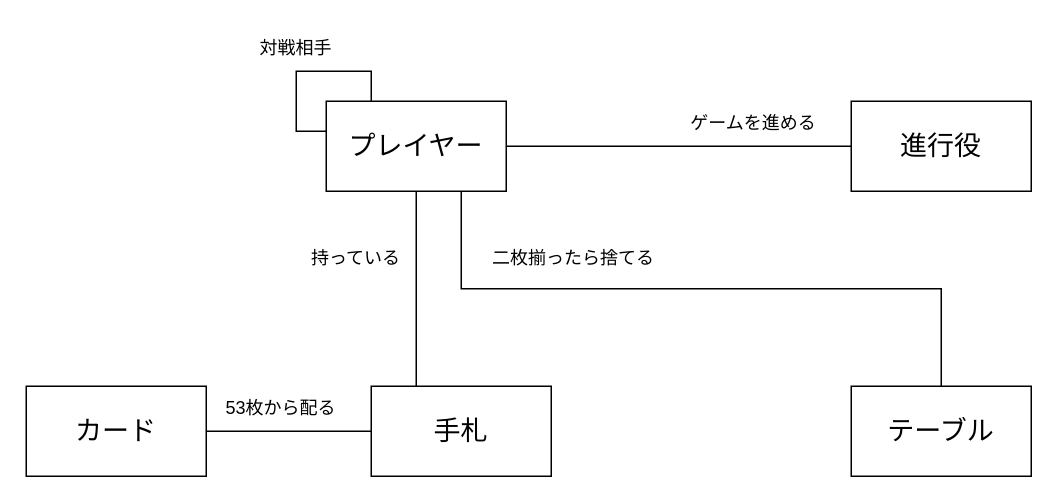
ucsaeki/naze_java keeps this draw.io diagram as src/Work6/Work6-3.drawio. Above is the earlier version. Source tidied: cells renumbered, new cells numbered last; positions are measured from the earlier drawing's top-left corner, leaving out a move shared by most shapes. Both pictures are drawn from the tidied source at 150%, with x=0, y=0 at pixel (26, 26).
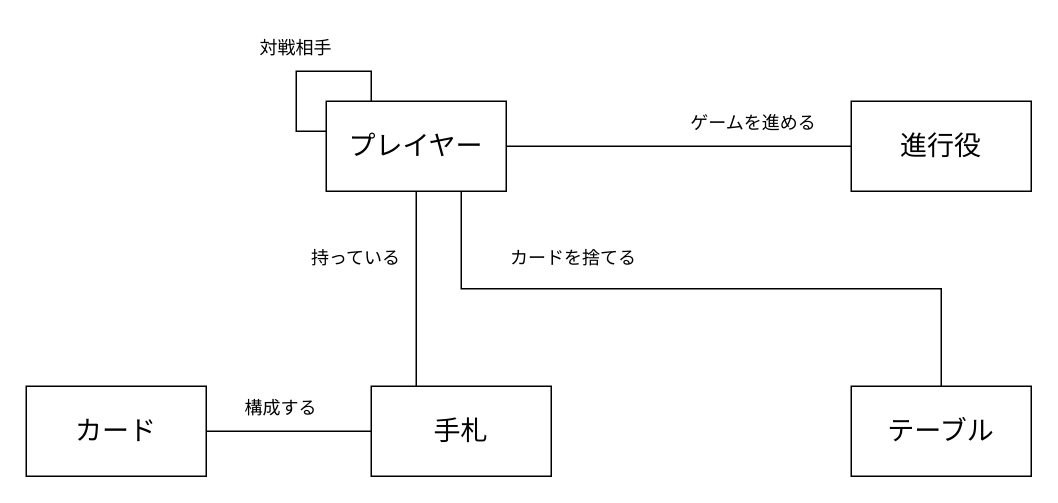
The same diagram, later.

Diff of the diagram source:
```diff
@@
 <mxGraphModel>
   <root>
     <mxCell id="0" />
     <mxCell id="1" parent="0" />
     <mxCell id="2" style="edgeStyle=orthogonalEdgeStyle;rounded=0;jettySize=auto;html=1;exitX=1;exitY=0.5;exitDx=0;exitDy=0;entryX=0;entryY=0.5;entryDx=0;entryDy=0;endArrow=none;endFill=0;" parent="1" edge="1" source="6" target="8">
       <mxGeometry relative="1" as="geometry" />
     </mxCell>
     <mxCell id="3" style="edgeStyle=orthogonalEdgeStyle;rounded=0;jettySize=auto;html=1;exitX=0.75;exitY=1;exitDx=0;exitDy=0;endArrow=none;endFill=0;" parent="1" edge="1" source="6" target="7">
       <mxGeometry relative="1" as="geometry" />
     </mxCell>
     <mxCell id="4" style="edgeStyle=orthogonalEdgeStyle;rounded=0;jettySize=auto;html=1;exitX=0.5;exitY=1;exitDx=0;exitDy=0;entryX=0.25;entryY=0;entryDx=0;entryDy=0;endArrow=none;endFill=0;" parent="1" edge="1" source="6" target="11">
       <mxGeometry relative="1" as="geometry" />
     </mxCell>
     <mxCell id="5" style="edgeStyle=orthogonalEdgeStyle;rounded=0;jettySize=auto;html=1;exitX=0.25;exitY=0;exitDx=0;exitDy=0;endArrow=none;endFill=0;" parent="1" edge="1" source="6">
       <mxGeometry relative="1" as="geometry">
         <mxPoint x="180" y="70" as="targetPoint" />
       </mxGeometry>
     </mxCell>
     <mxCell id="6" value="&lt;font style=&quot;font-size: 18px;&quot;&gt;プレイヤー&lt;/font&gt;" style="rounded=0;whiteSpace=wrap;html=1;" parent="1" vertex="1">
       <mxGeometry x="200" y="50" width="120" height="60" as="geometry" />
     </mxCell>
     <mxCell id="7" value="&lt;font style=&quot;font-size: 18px;&quot;&gt;テーブル&lt;/font&gt;" style="rounded=0;whiteSpace=wrap;html=1;" parent="1" vertex="1">
       <mxGeometry x="550" y="240" width="120" height="60" as="geometry" />
     </mxCell>
     <mxCell id="8" value="&lt;font style=&quot;font-size: 18px;&quot;&gt;進行役&lt;/font&gt;" style="rounded=0;whiteSpace=wrap;html=1;" parent="1" vertex="1">
       <mxGeometry x="550" y="50" width="120" height="60" as="geometry" />
     </mxCell>
     <mxCell id="9" style="edgeStyle=orthogonalEdgeStyle;rounded=0;jettySize=auto;html=1;exitX=1;exitY=0.5;exitDx=0;exitDy=0;endArrow=none;endFill=0;" parent="1" edge="1" source="10" target="11">
       <mxGeometry relative="1" as="geometry" />
     </mxCell>
     <mxCell id="10" value="&lt;font style=&quot;font-size: 18px;&quot;&gt;カード&lt;/font&gt;" style="rounded=0;whiteSpace=wrap;html=1;" parent="1" vertex="1">
       <mxGeometry y="240" width="120" height="60" as="geometry" />
     </mxCell>
     <mxCell id="11" value="&lt;font style=&quot;font-size: 18px;&quot;&gt;手札&lt;/font&gt;" style="rounded=0;whiteSpace=wrap;html=1;" parent="1" vertex="1">
       <mxGeometry x="230" y="240" width="120" height="60" as="geometry" />
     </mxCell>
     <mxCell id="12" value="ゲームを進める" style="text;html=1;align=center;verticalAlign=middle;whiteSpace=wrap;rounded=0;" parent="1" vertex="1">
       <mxGeometry x="430" y="50" width="110" height="30" as="geometry" />
     </mxCell>
     <mxCell id="13" value="持っている" style="text;html=1;align=center;verticalAlign=middle;whiteSpace=wrap;rounded=0;" parent="1" vertex="1">
       <mxGeometry x="180" y="140" width="80" height="30" as="geometry" />
     </mxCell>
-    <mxCell id="14" value="53枚から配る" style="text;html=1;align=center;verticalAlign=middle;whiteSpace=wrap;rounded=0;" parent="1" vertex="1">
+    <mxCell id="14" value="構成する" style="text;html=1;align=center;verticalAlign=middle;whiteSpace=wrap;rounded=0;" parent="1" vertex="1">
       <mxGeometry x="130" y="240" width="80" height="30" as="geometry" />
     </mxCell>
-    <mxCell id="15" value="二枚揃ったら捨てる" style="text;html=1;align=center;verticalAlign=middle;whiteSpace=wrap;rounded=0;" parent="1" vertex="1">
+    <mxCell id="15" value="カードを捨てる" style="text;html=1;align=center;verticalAlign=middle;whiteSpace=wrap;rounded=0;" parent="1" vertex="1">
       <mxGeometry x="310" y="140" width="110" height="30" as="geometry" />
     </mxCell>
     <mxCell id="16" style="endArrow=none;html=1;rounded=0;" parent="1" edge="1">
       <mxGeometry relative="1" as="geometry">
         <mxPoint x="180" y="70" as="sourcePoint" />
         <mxPoint x="200" y="70" as="targetPoint" />
       </mxGeometry>
     </mxCell>
     <mxCell id="17" value="対戦相手" style="text;html=1;align=center;verticalAlign=middle;whiteSpace=wrap;rounded=0;" parent="1" vertex="1">
       <mxGeometry x="150" width="60" height="30" as="geometry" />
     </mxCell>
   </root>
 </mxGraphModel>
```
